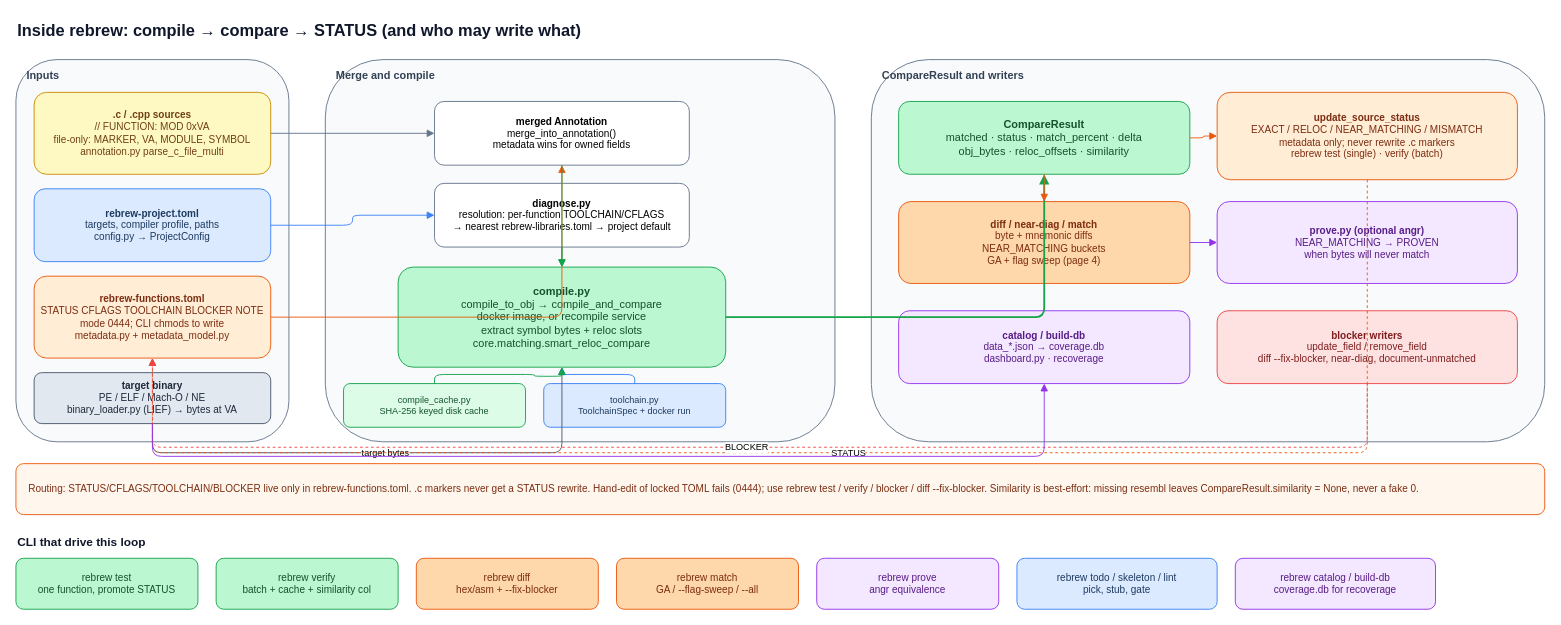
Earlier version of the draw.io diagram page "2. Compile-compare loop" (2 of 9) of docs/architecture.drawio (maci0/rebrew). Source tidied: cells renumbered, new cells numbered last; positions are measured from the earlier drawing's top-left corner, leaving out a move shared by most shapes. Both pictures are drawn from the tidied source at 91%, with x=0, y=0 at pixel (15, 15).
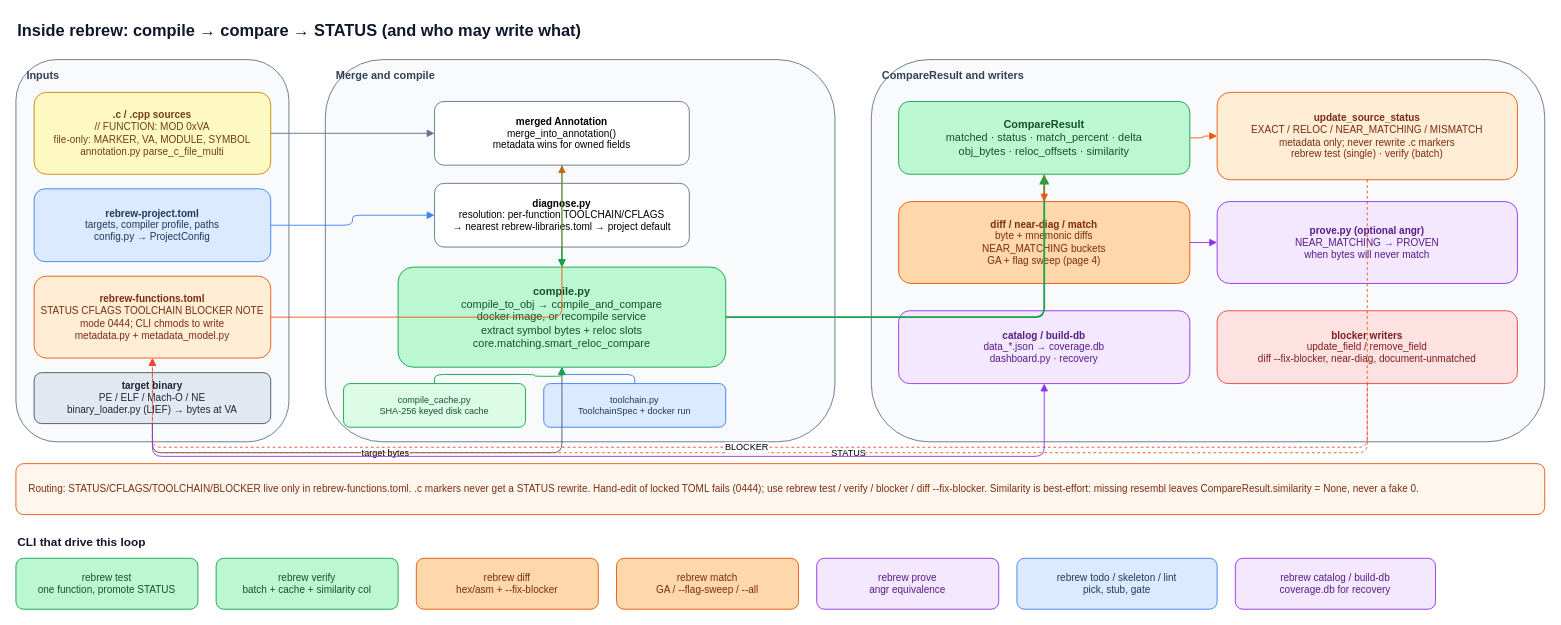
The same diagram, later.

Diff of the diagram source:
```diff
@@
-    <mxCell id="19" value="&lt;b&gt;catalog / build-db&lt;/b&gt;&lt;br&gt;data_*.json → coverage.db&lt;br&gt;dashboard.py · recoverage" style="rounded=1;whiteSpace=wrap;html=1;fillColor=#f3e8ff;strokeColor=#9333ea;fontColor=#581c87;align=center;fontSize=11;" parent="1" vertex="1">
+    <mxCell id="19" value="&lt;b&gt;catalog / build-db&lt;/b&gt;&lt;br&gt;data_*.json → coverage.db&lt;br&gt;dashboard.py · recovery" style="rounded=1;whiteSpace=wrap;html=1;fillColor=#f3e8ff;strokeColor=#9333ea;fontColor=#581c87;align=center;fontSize=11;" parent="1" vertex="1">
       <mxGeometry x="970" y="324" width="320" height="80" as="geometry" />
     </mxCell>
@@
-    <mxCell id="44" value="rebrew catalog / build-db&lt;br&gt;coverage.db for recoverage" style="rounded=1;whiteSpace=wrap;html=1;fillColor=#f3e8ff;strokeColor=#9333ea;fontColor=#581c87;align=center;fontSize=11;" parent="1" vertex="1">
+    <mxCell id="44" value="rebrew catalog / build-db&lt;br&gt;coverage.db for recovery" style="rounded=1;whiteSpace=wrap;html=1;fillColor=#f3e8ff;strokeColor=#9333ea;fontColor=#581c87;align=center;fontSize=11;" parent="1" vertex="1">
       <mxGeometry x="1340" y="596" width="220" height="56" as="geometry" />
     </mxCell>
```
